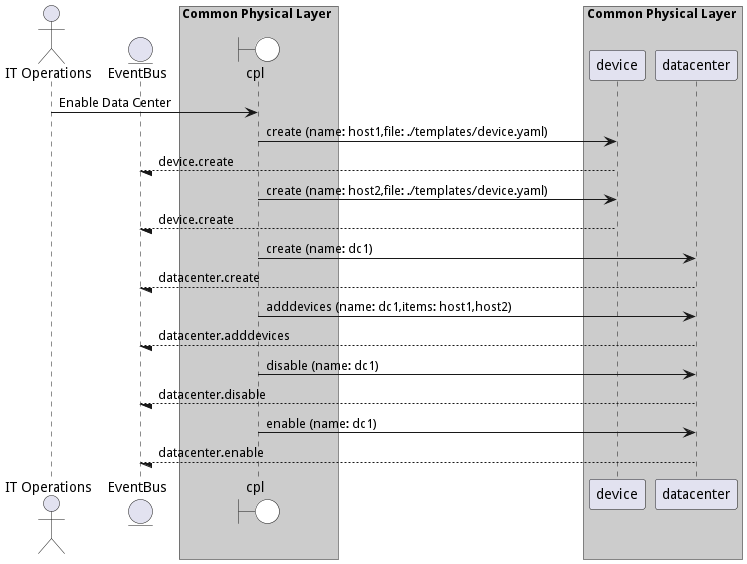
This is docs/edgemere/cpl/usecases/managedatacenter/EnableDataCenter.png from madajaju/edgemere, a PlantUML export, as it was before one commit. Source of this version:
```plantuml
@startuml

actor "IT Operations"


entity EventBus

box Common Physical Layer #cccccc
    boundary cpl #white
end box


box Common Physical Layer #cccccc
            participant device
            participant datacenter
    end box


"IT Operations" -> cpl: Enable Data Center

    cpl -> "device": create (name: host1,file: ./templates/device.yaml)

    "device" --/ EventBus: device.create

    cpl -> "device": create (name: host2,file: ./templates/device.yaml)

    "device" --/ EventBus: device.create

    cpl -> "datacenter": create (name: dc1)

    "datacenter" --/ EventBus: datacenter.create

    cpl -> "datacenter": adddevices (name: dc1,items: host1,host2)

    "datacenter" --/ EventBus: datacenter.adddevices

    cpl -> "datacenter": disable (name: dc1)

    "datacenter" --/ EventBus: datacenter.disable

    cpl -> "datacenter": enable (name: dc1)

    "datacenter" --/ EventBus: datacenter.enable



@enduml
```
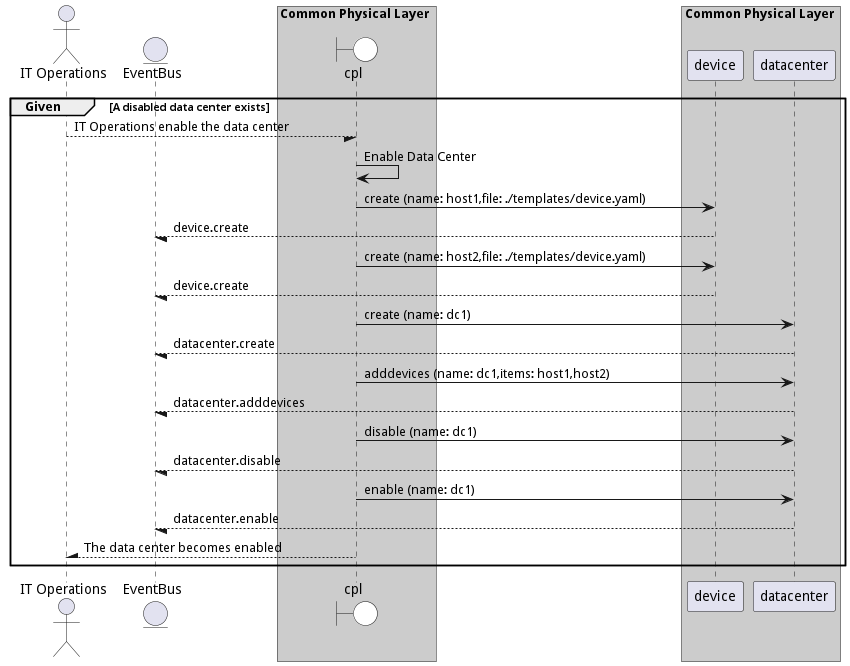
Later version of the same file.

The edit, as a diff of the source:
```diff
@@ -1,4 +1,5 @@
 @startuml
+
 
 actor "IT Operations"
 
@@ -15,8 +16,10 @@
             participant datacenter
     end box
 
+group Given [A disabled data center exists]
 
-"IT Operations" -> cpl: Enable Data Center
+"IT Operations" --/ cpl: IT Operations enable the data center
+"cpl" -> cpl: Enable Data Center
 
     cpl -> "device": create (name: host1,file: ./templates/device.yaml)
 
@@ -44,4 +47,9 @@
 
 
 
+"IT Operations" /-- cpl: The data center becomes enabled
+
+
+end
+
 @enduml
```
